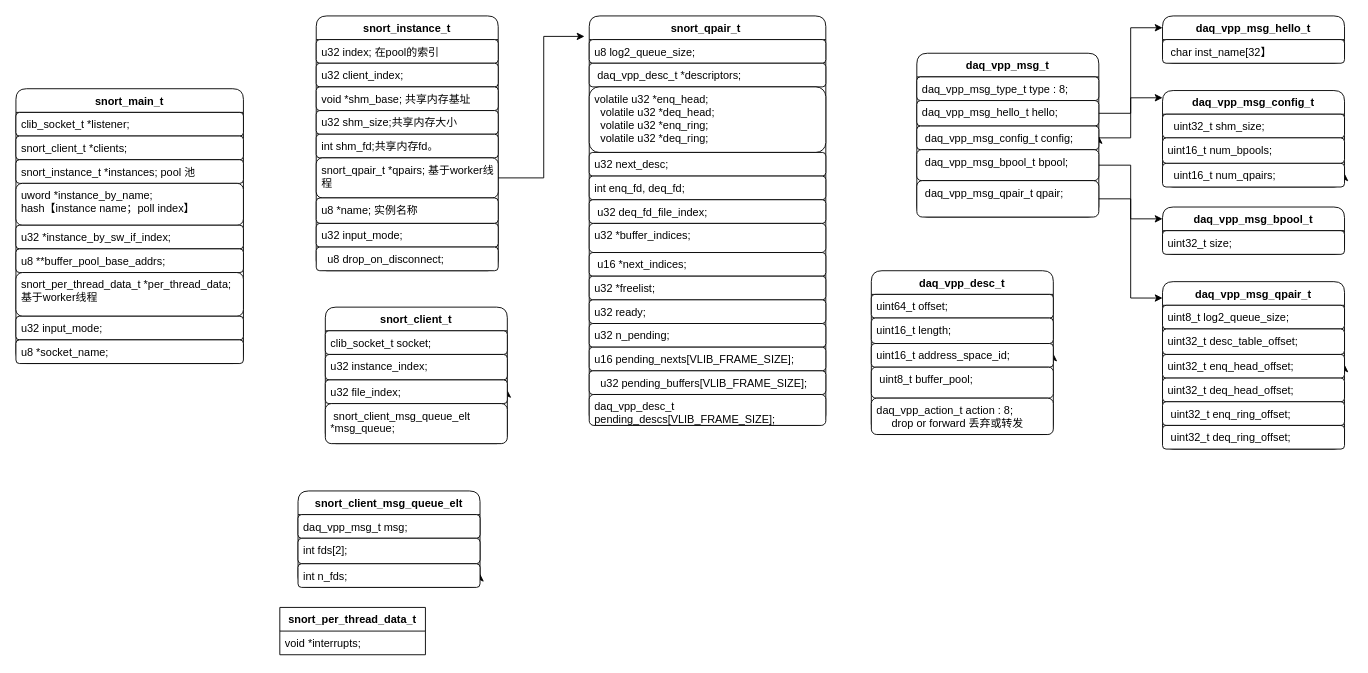
This is new_map/snort.drawio from jin13417/dpdk-vpp-learning, a draw.io file, before an edit. Source tidied: cells renumbered, new cells numbered last; positions are measured from the earlier drawing's top-left corner, leaving out a move shared by most shapes. Both pictures are drawn from the tidied source at 91%, with x=0, y=0 at pixel (15, 15).
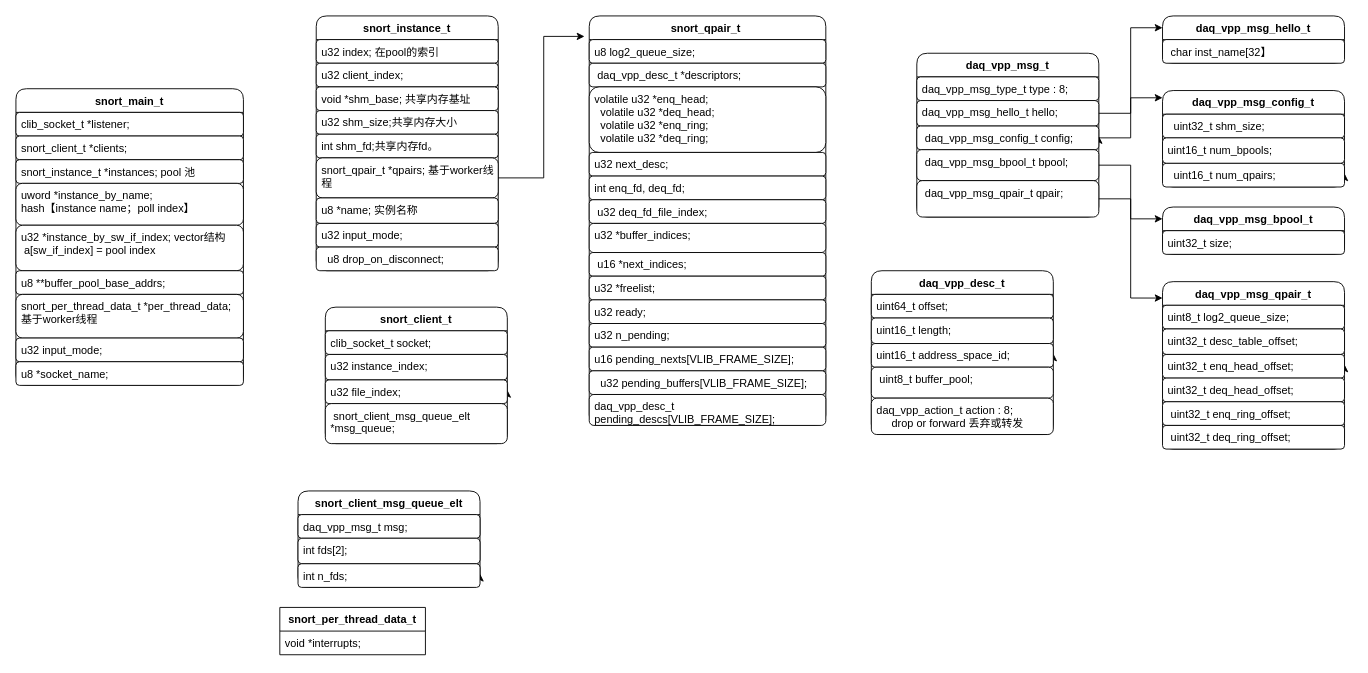
The same page after the edit.

Change to the diagram source:
```diff
@@
     <mxCell id="2" value="snort_main_t" style="swimlane;fontStyle=1;align=center;verticalAlign=top;horizontal=1;startSize=26;whiteSpace=wrap;html=1;rounded=1;" parent="1" vertex="1">
-      <mxGeometry y="80" width="250" height="302" as="geometry" />
+      <mxGeometry y="80" width="250" height="326" as="geometry" />
     </mxCell>
@@
-    <mxCell id="7" value="u32 *instance_by_sw_if_index;" style="text;strokeColor=default;fillColor=default;align=left;verticalAlign=top;spacingLeft=4;spacingRight=4;overflow=hidden;whiteSpace=wrap;html=1;rounded=1;" parent="2" vertex="1">
-      <mxGeometry y="150" width="250" height="26" as="geometry" />
+    <mxCell id="7" value="u32 *instance_by_sw_if_index; vector结构&lt;br&gt;&amp;nbsp;a[sw_if_index] = pool index" style="text;strokeColor=default;fillColor=default;align=left;verticalAlign=top;spacingLeft=4;spacingRight=4;overflow=hidden;whiteSpace=wrap;html=1;rounded=1;" parent="2" vertex="1">
+      <mxGeometry y="150" width="250" height="50" as="geometry" />
     </mxCell>
     <mxCell id="8" value="u8 **buffer_pool_base_addrs;" style="text;strokeColor=default;fillColor=default;align=left;verticalAlign=top;spacingLeft=4;spacingRight=4;overflow=hidden;whiteSpace=wrap;html=1;rounded=1;" parent="2" vertex="1">
-      <mxGeometry y="176" width="250" height="26" as="geometry" />
+      <mxGeometry y="200" width="250" height="26" as="geometry" />
     </mxCell>
     <mxCell id="9" value="snort_per_thread_data_t *per_thread_data;&lt;br&gt;基于worker线程" style="text;strokeColor=default;fillColor=default;align=left;verticalAlign=top;spacingLeft=4;spacingRight=4;overflow=hidden;whiteSpace=wrap;html=1;rounded=1;" parent="2" vertex="1">
-      <mxGeometry y="202" width="250" height="48" as="geometry" />
+      <mxGeometry y="226" width="250" height="48" as="geometry" />
     </mxCell>
     <mxCell id="10" value="u32 input_mode;" style="text;strokeColor=default;fillColor=default;align=left;verticalAlign=top;spacingLeft=4;spacingRight=4;overflow=hidden;whiteSpace=wrap;html=1;rounded=1;" parent="2" vertex="1">
-      <mxGeometry y="250" width="250" height="26" as="geometry" />
+      <mxGeometry y="274" width="250" height="26" as="geometry" />
     </mxCell>
     <mxCell id="11" value="u8 *socket_name;" style="text;strokeColor=default;fillColor=default;align=left;verticalAlign=top;spacingLeft=4;spacingRight=4;overflow=hidden;whiteSpace=wrap;html=1;rounded=1;" parent="2" vertex="1">
-      <mxGeometry y="276" width="250" height="26" as="geometry" />
+      <mxGeometry y="300" width="250" height="26" as="geometry" />
     </mxCell>
```
